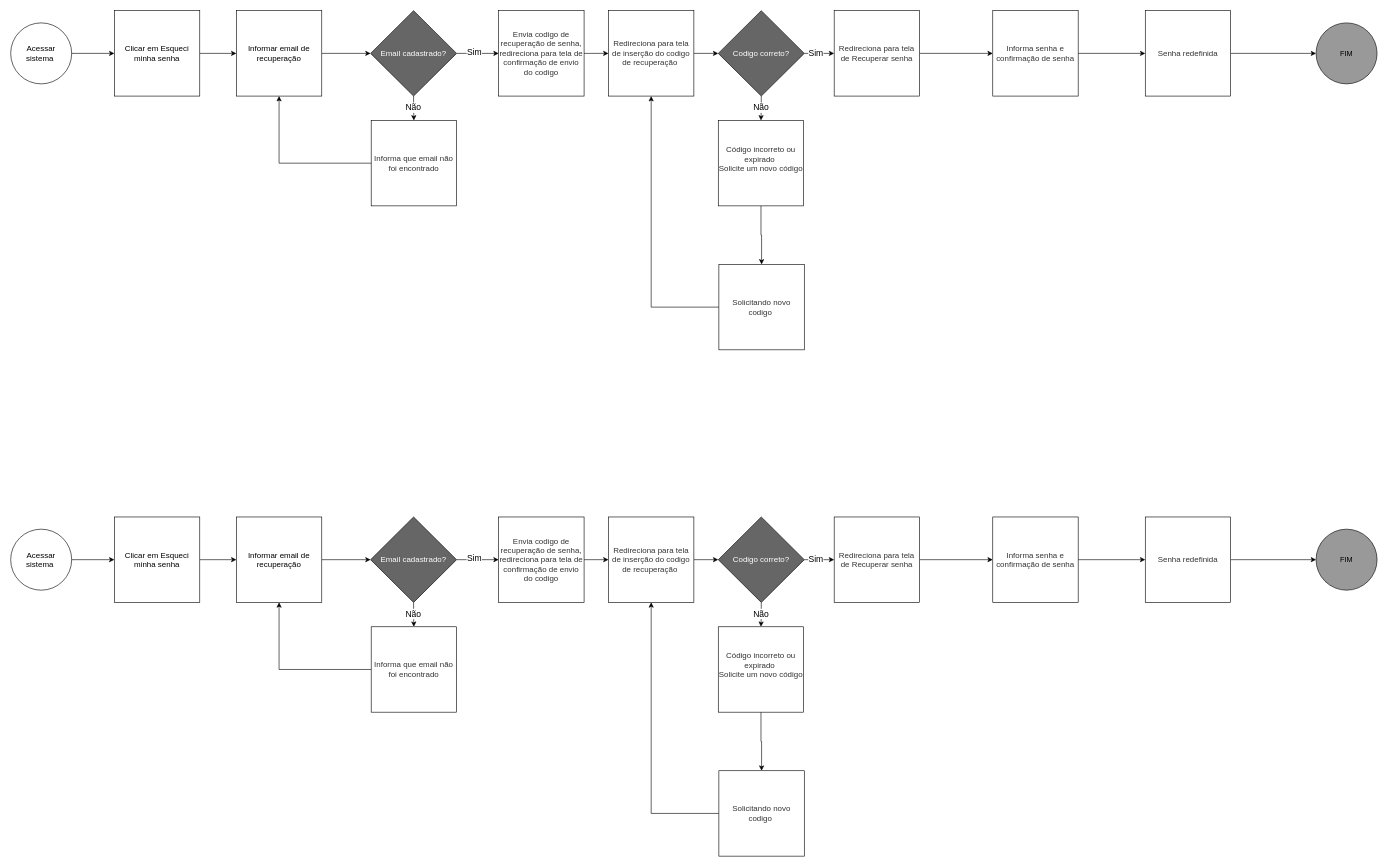
Before: page "Esqueci minha senha" (4 of 4) of fluxogramas/YS-Fluxo.drawio in eothigas/YS_Storage, a draw.io diagram. Source tidied: cells renumbered, new cells numbered last; positions are measured from the earlier drawing's top-left corner, leaving out a move shared by most shapes. Both pictures are drawn from the tidied source at 61%, with x=0, y=0 at pixel (10, 10).
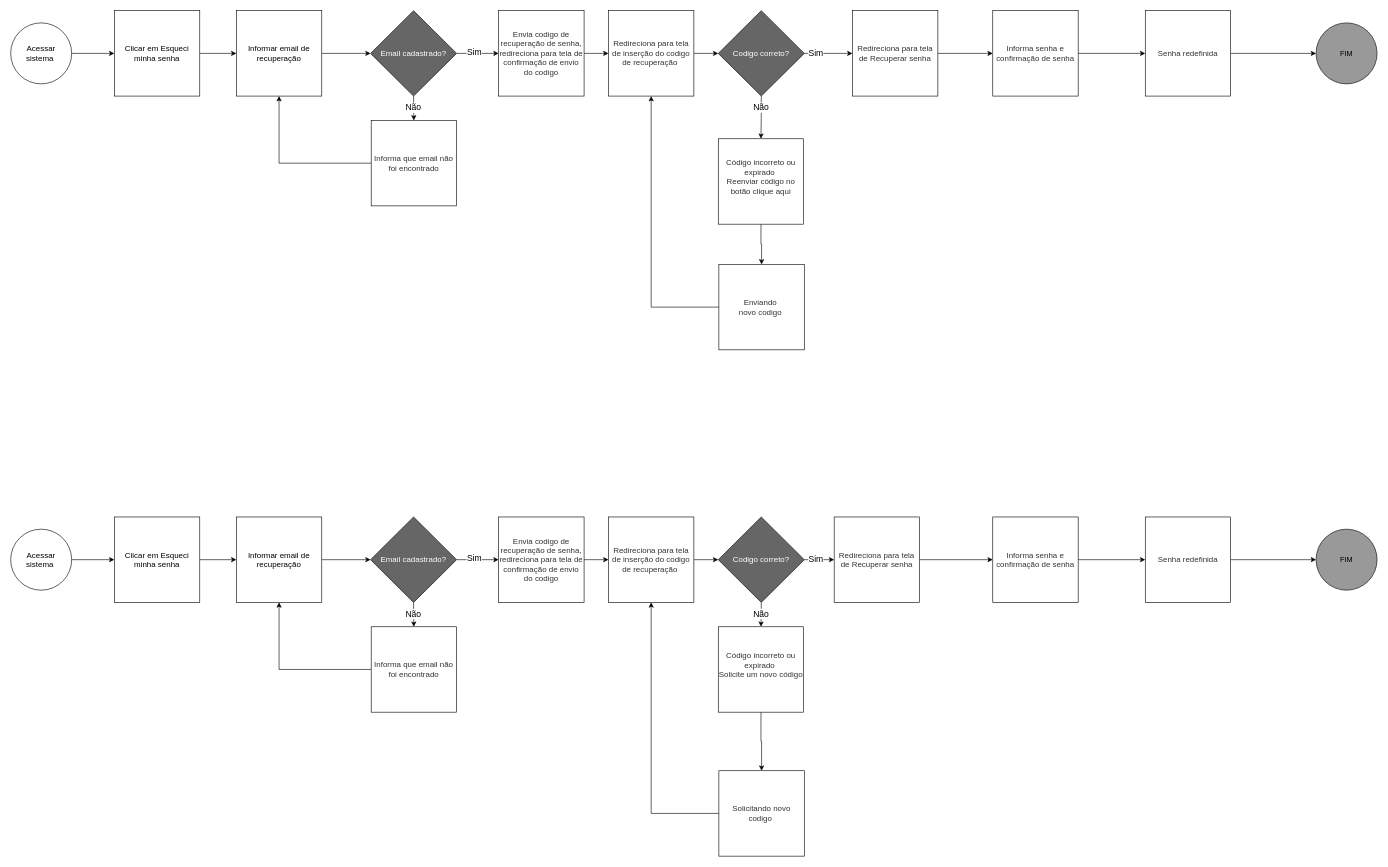
The same diagram, later.

Change to the diagram source:
```diff
@@
-    <mxCell id="23" value="&lt;div&gt;&lt;font color=&quot;#333333&quot;&gt;&lt;span style=&quot;font-size: 13px;&quot;&gt;Código incorreto ou expirado&amp;nbsp;&lt;/span&gt;&lt;/font&gt;&lt;/div&gt;&lt;div&gt;&lt;font color=&quot;#333333&quot;&gt;&lt;span style=&quot;font-size: 13px;&quot;&gt;Solicite um novo código&lt;/span&gt;&lt;/font&gt;&lt;/div&gt;&lt;div&gt;&lt;br&gt;&lt;/div&gt;" style="whiteSpace=wrap;html=1;" parent="1" vertex="1">
-      <mxGeometry x="1160" y="180" width="140" height="140" as="geometry" />
+    <mxCell id="23" value="&lt;div&gt;&lt;font color=&quot;#333333&quot;&gt;&lt;span style=&quot;font-size: 13px;&quot;&gt;Código incorreto ou expirado&amp;nbsp;&lt;/span&gt;&lt;/font&gt;&lt;/div&gt;&lt;div&gt;&lt;font color=&quot;#333333&quot;&gt;&lt;span style=&quot;font-size: 13px;&quot;&gt;Reenviar código no botão clique aqui&lt;/span&gt;&lt;/font&gt;&lt;/div&gt;&lt;div&gt;&lt;br&gt;&lt;/div&gt;" style="whiteSpace=wrap;html=1;" parent="1" vertex="1">
+      <mxGeometry x="1160" y="210" width="140" height="140" as="geometry" />
     </mxCell>
@@
     <mxCell id="26" value="&lt;font color=&quot;#333333&quot;&gt;&lt;span style=&quot;font-size: 13px;&quot;&gt;Redireciona para tela de Recuperar senha&lt;/span&gt;&lt;/font&gt;" style="whiteSpace=wrap;html=1;" parent="1" vertex="1">
-      <mxGeometry x="1350" width="140" height="140" as="geometry" />
+      <mxGeometry x="1380" width="140" height="140" as="geometry" />
     </mxCell>
@@
-    <mxCell id="29" value="&lt;div&gt;&lt;font color=&quot;#333333&quot;&gt;&lt;span style=&quot;font-size: 13px;&quot;&gt;Solicitando novo codigo&amp;nbsp;&lt;/span&gt;&lt;/font&gt;&lt;/div&gt;" style="whiteSpace=wrap;html=1;" parent="1" vertex="1">
+    <mxCell id="29" value="&lt;div&gt;&lt;font color=&quot;#333333&quot;&gt;&lt;span style=&quot;font-size: 13px;&quot;&gt;Enviando&amp;nbsp;&lt;/span&gt;&lt;/font&gt;&lt;/div&gt;&lt;div&gt;&lt;font color=&quot;#333333&quot;&gt;&lt;span style=&quot;font-size: 13px;&quot;&gt;novo codigo&amp;nbsp;&lt;/span&gt;&lt;/font&gt;&lt;/div&gt;" style="whiteSpace=wrap;html=1;" parent="1" vertex="1">
       <mxGeometry x="1161" y="416" width="140" height="140" as="geometry" />
     </mxCell>
```
